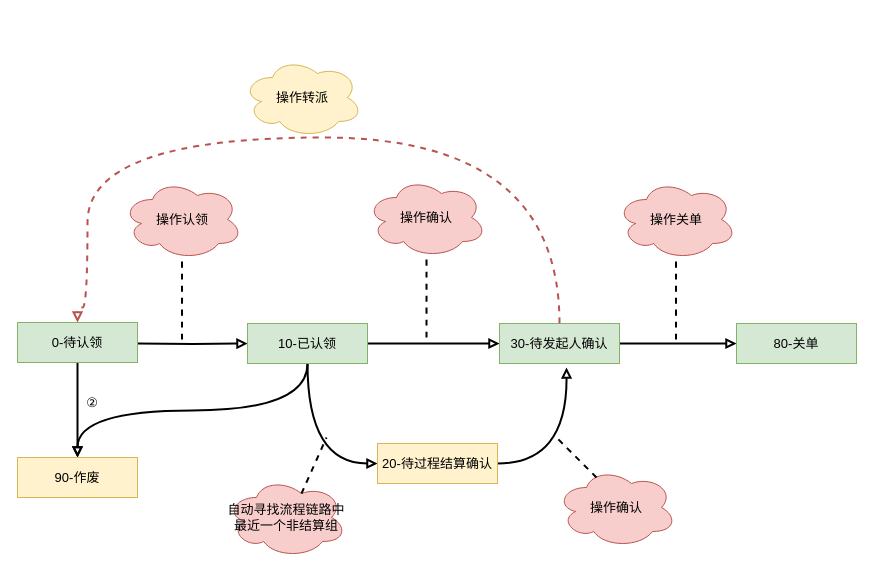
satcon/MyBlog keeps this draw.io diagram as page "状态图转换" (3 of 3) of 信航中心.drawio. Above is the earlier version. Source tidied: cells renumbered, new cells numbered last; positions are measured from the earlier drawing's top-left corner, leaving out a move shared by most shapes. Both pictures are drawn from the tidied source at 100%, with x=0, y=0 at pixel (17, 57).
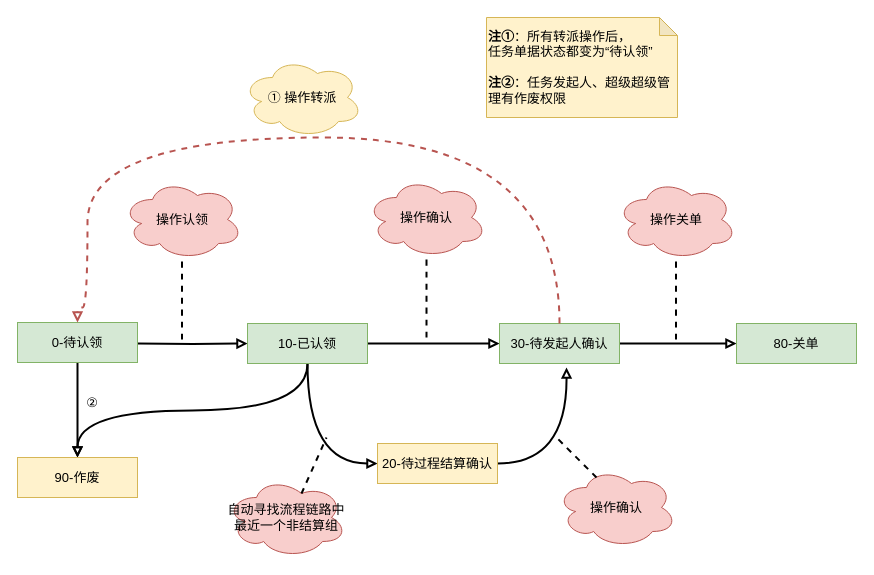
After the change.

Commit message:
更新状态图转换

Diff of the diagram source:
```diff
@@
-    <mxCell id="27" value="操作转派" style="ellipse;shape=cloud;whiteSpace=wrap;html=1;rounded=0;fontSize=13;fillColor=#fff2cc;strokeColor=#d6b656;" parent="1" vertex="1">
+    <mxCell id="27" value="① 操作转派" style="ellipse;shape=cloud;whiteSpace=wrap;html=1;rounded=0;fontSize=13;fillColor=#fff2cc;strokeColor=#d6b656;" parent="1" vertex="1">
       <mxGeometry x="225" width="120" height="80" as="geometry" />
     </mxCell>
+    <mxCell id="28" value="&lt;b&gt;注①&lt;/b&gt;：所有转派操作后，&lt;br&gt;任务单据状态都变为“待认领”&lt;br&gt;&lt;br&gt;&lt;b&gt;注②&lt;/b&gt;：任务发起人、超级超级管理有作废权限" style="shape=note;whiteSpace=wrap;html=1;backgroundOutline=1;darkOpacity=0.05;rounded=0;flipH=0;flipV=0;size=18;fillColor=#fff2cc;strokeColor=#d6b656;fontSize=13;align=left;spacing=2;spacingTop=0;spacingBottom=0;" parent="1" vertex="1">
+      <mxGeometry x="469" y="-40" width="191" height="100" as="geometry" />
+    </mxCell>
```
